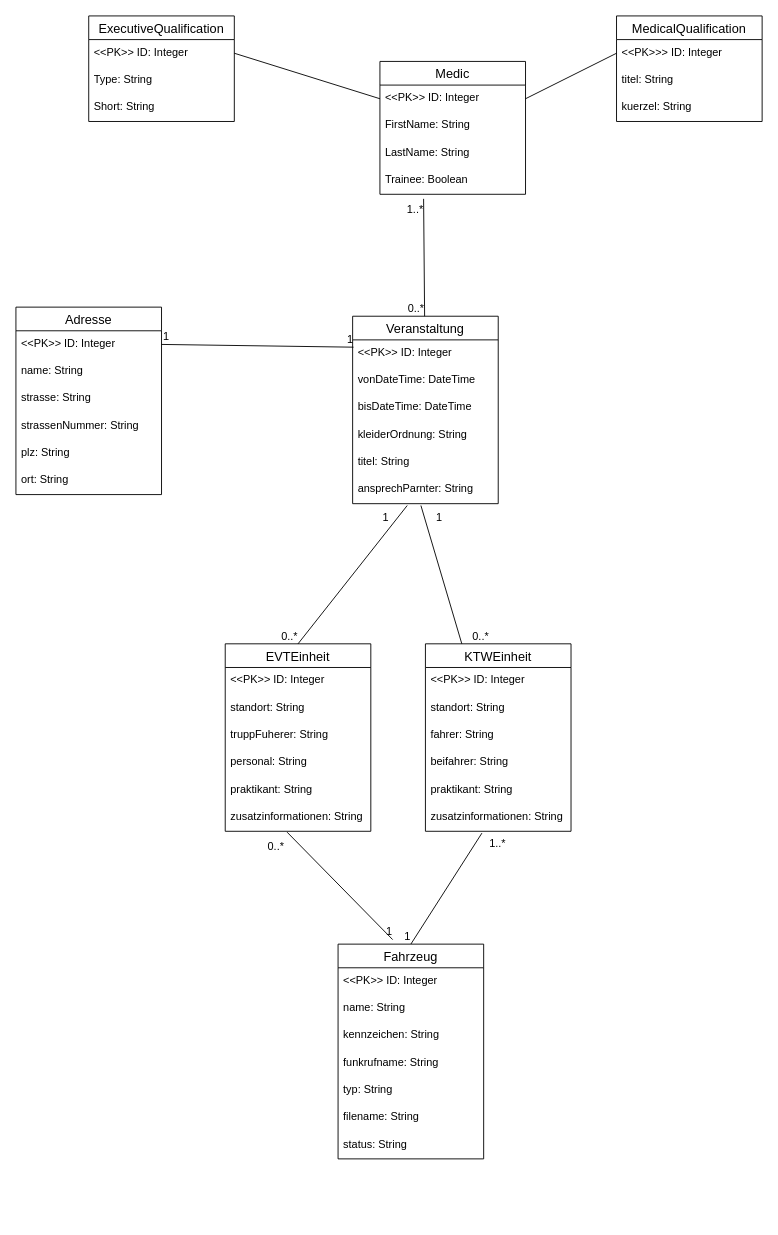
Above: .docs/DatenbankDesign.drawio in Korkmatik/SanPlan (draw.io), before the change. Source tidied: cells renumbered, new cells numbered last; positions are measured from the earlier drawing's top-left corner, leaving out a move shared by most shapes. Both pictures are drawn from the tidied source at 91%, with x=0, y=0 at pixel (15, 15).
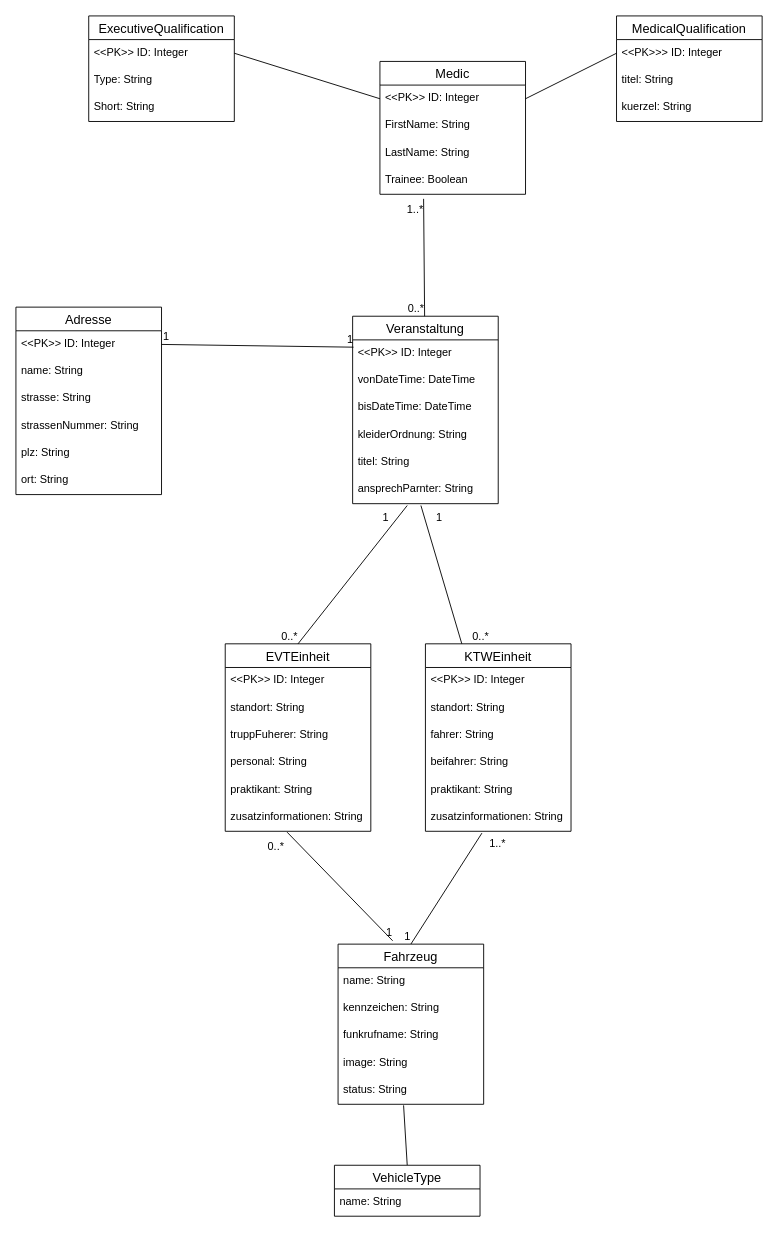
Above is the later version.

Commit message:
Changes Vehicles table

Change to the diagram source:
```diff
@@
     <mxCell id="48" value="Fahrzeug" style="swimlane;fontStyle=0;horizontal=1;startSize=26;align=center;fontSize=14;" parent="1" vertex="1">
-      <mxGeometry x="354" y="1020" width="160" height="236" as="geometry" />
+      <mxGeometry x="354" y="1020" width="160" height="176" as="geometry" />
     </mxCell>
-    <mxCell id="49" value="&lt;&lt;PK&gt;&gt; ID: Integer" style="text;strokeColor=none;fillColor=none;spacingLeft=4;spacingRight=4;overflow=hidden;fontSize=12;" parent="48" vertex="1">
-      <mxGeometry y="26" width="160" height="30" as="geometry" />
-    </mxCell>
     <mxCell id="50" value="name: String" style="text;strokeColor=none;fillColor=none;spacingLeft=4;spacingRight=4;overflow=hidden;fontSize=12;" parent="48" vertex="1">
-      <mxGeometry y="56" width="160" height="30" as="geometry" />
+      <mxGeometry y="26" width="160" height="30" as="geometry" />
     </mxCell>
     <mxCell id="51" value="kennzeichen: String" style="text;strokeColor=none;fillColor=none;spacingLeft=4;spacingRight=4;overflow=hidden;fontSize=12;" parent="48" vertex="1">
-      <mxGeometry y="86" width="160" height="30" as="geometry" />
+      <mxGeometry y="56" width="160" height="30" as="geometry" />
     </mxCell>
     <mxCell id="52" value="funkrufname: String" style="text;strokeColor=none;fillColor=none;spacingLeft=4;spacingRight=4;overflow=hidden;fontSize=12;" parent="48" vertex="1">
-      <mxGeometry y="116" width="160" height="30" as="geometry" />
+      <mxGeometry y="86" width="160" height="30" as="geometry" />
     </mxCell>
-    <mxCell id="53" value="typ: String" style="text;strokeColor=none;fillColor=none;spacingLeft=4;spacingRight=4;overflow=hidden;fontSize=12;" parent="48" vertex="1">
-      <mxGeometry y="146" width="160" height="30" as="geometry" />
-    </mxCell>
-    <mxCell id="54" value="filename: String" style="text;strokeColor=none;fillColor=none;spacingLeft=4;spacingRight=4;overflow=hidden;fontSize=12;" parent="48" vertex="1">
-      <mxGeometry y="176" width="160" height="30" as="geometry" />
+    <mxCell id="54" value="image: String" style="text;strokeColor=none;fillColor=none;spacingLeft=4;spacingRight=4;overflow=hidden;fontSize=12;" parent="48" vertex="1">
+      <mxGeometry y="116" width="160" height="30" as="geometry" />
     </mxCell>
     <mxCell id="55" value="status: String" style="text;strokeColor=none;fillColor=none;spacingLeft=4;spacingRight=4;overflow=hidden;points=[[0,0.5],[1,0.5]];portConstraint=eastwest;fontSize=12;" parent="48" vertex="1">
-      <mxGeometry y="206" width="160" height="30" as="geometry" />
+      <mxGeometry y="146" width="160" height="30" as="geometry" />
     </mxCell>
@@
+    <mxCell id="71" style="endArrow=none;html=1;rounded=0;exitX=0.45;exitY=1.039;exitDx=0;exitDy=0;exitPerimeter=0;entryX=0.5;entryY=0;entryDx=0;entryDy=0;" parent="1" edge="1" source="55" target="72">
+      <mxGeometry relative="1" as="geometry" />
+    </mxCell>
+    <mxCell id="72" value="VehicleType" style="swimlane;fontStyle=0;horizontal=1;startSize=26;align=center;fontSize=14;" parent="1" vertex="1">
+      <mxGeometry x="350" y="1263" width="160" height="56" as="geometry" />
+    </mxCell>
+    <mxCell id="73" value="name: String" style="text;strokeColor=none;fillColor=none;spacingLeft=4;spacingRight=4;overflow=hidden;fontSize=12;" parent="72" vertex="1">
+      <mxGeometry y="26" width="160" height="30" as="geometry" />
+    </mxCell>
```
